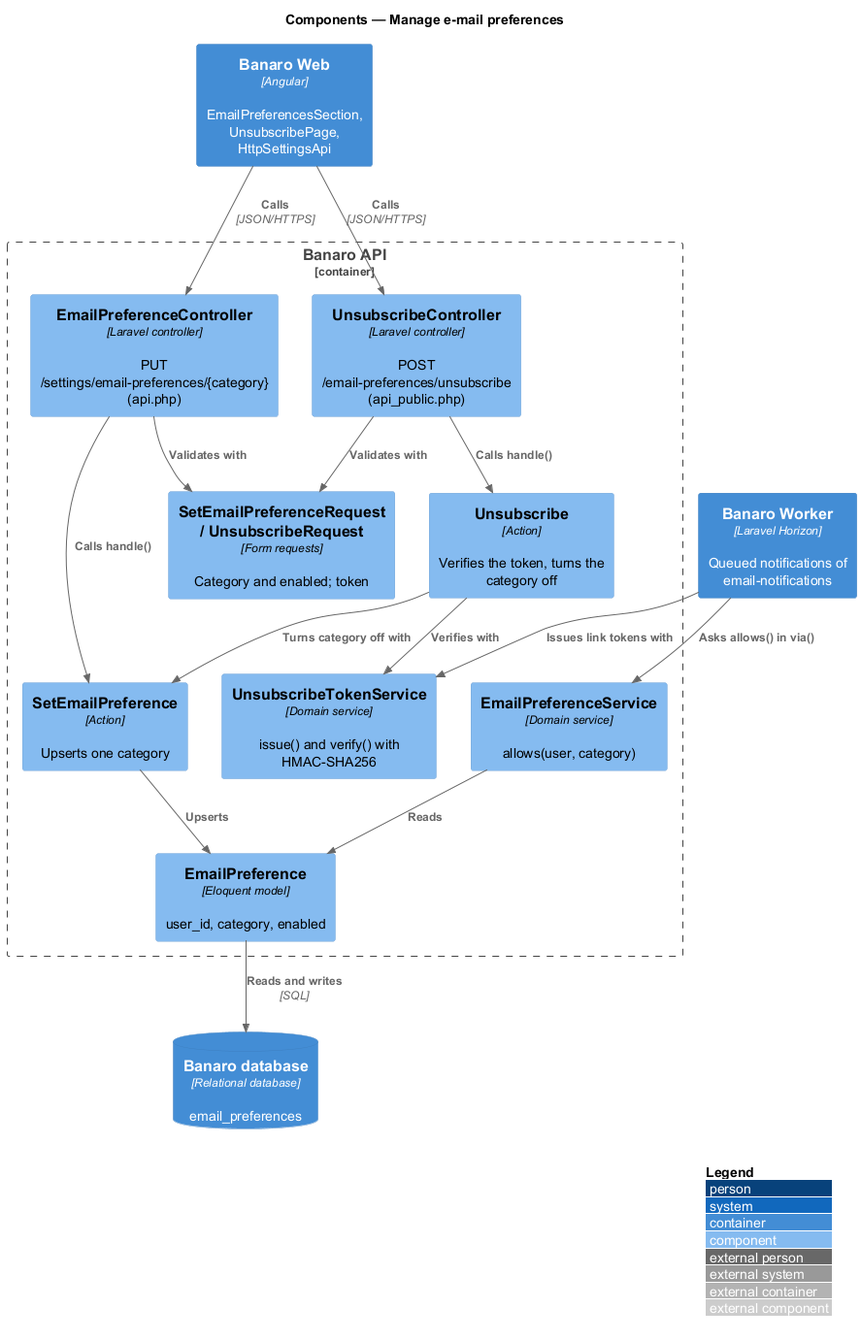
QuinntyneBrown/banaro keeps this PlantUML diagram as docs/detailed-designs/settings/manage-email-preferences/diagrams/c4-component.png. Above is the earlier version. The source it was exported from:
```plantuml
@startuml
!include <C4/C4_Component>
LAYOUT_WITH_LEGEND()
title Components — Manage e-mail preferences

Container(web, "Banaro Web", "Angular", "EmailPreferencesSection, UnsubscribePage, HttpSettingsApi")
Container(worker, "Banaro Worker", "Laravel Horizon", "Queued notifications of email-notifications")
ContainerDb(db, "Banaro database", "Relational database", "email_preferences")

Container_Boundary(api, "Banaro API") {
  Component(prefCtrl, "EmailPreferenceController", "Laravel controller", "PUT /settings/email-preferences/{category} (api.php)")
  Component(unsubCtrl, "UnsubscribeController", "Laravel controller", "POST /email-preferences/unsubscribe (api_public.php)")
  Component(req, "SetEmailPreferenceRequest / UnsubscribeRequest", "Form requests", "Category and enabled; token")
  Component(set, "SetEmailPreference", "Action", "Upserts one category")
  Component(unsub, "Unsubscribe", "Action", "Verifies the token, turns the category off")
  Component(tokens, "UnsubscribeTokenService", "Domain service", "issue() and verify() with HMAC-SHA256")
  Component(prefs, "EmailPreferenceService", "Domain service", "allows(user, category)")
  Component(model, "EmailPreference", "Eloquent model", "user_id, category, enabled")
}

Rel(web, prefCtrl, "Calls", "JSON/HTTPS")
Rel(web, unsubCtrl, "Calls", "JSON/HTTPS")
Rel(prefCtrl, req, "Validates with")
Rel(unsubCtrl, req, "Validates with")
Rel(prefCtrl, set, "Calls handle()")
Rel(unsubCtrl, unsub, "Calls handle()")
Rel(unsub, tokens, "Verifies with")
Rel(unsub, set, "Turns category off with")
Rel(set, model, "Upserts")
Rel(worker, prefs, "Asks allows() in via()")
Rel(worker, tokens, "Issues link tokens with")
Rel(prefs, model, "Reads")
Rel(model, db, "Reads and writes", "SQL")
@enduml
```
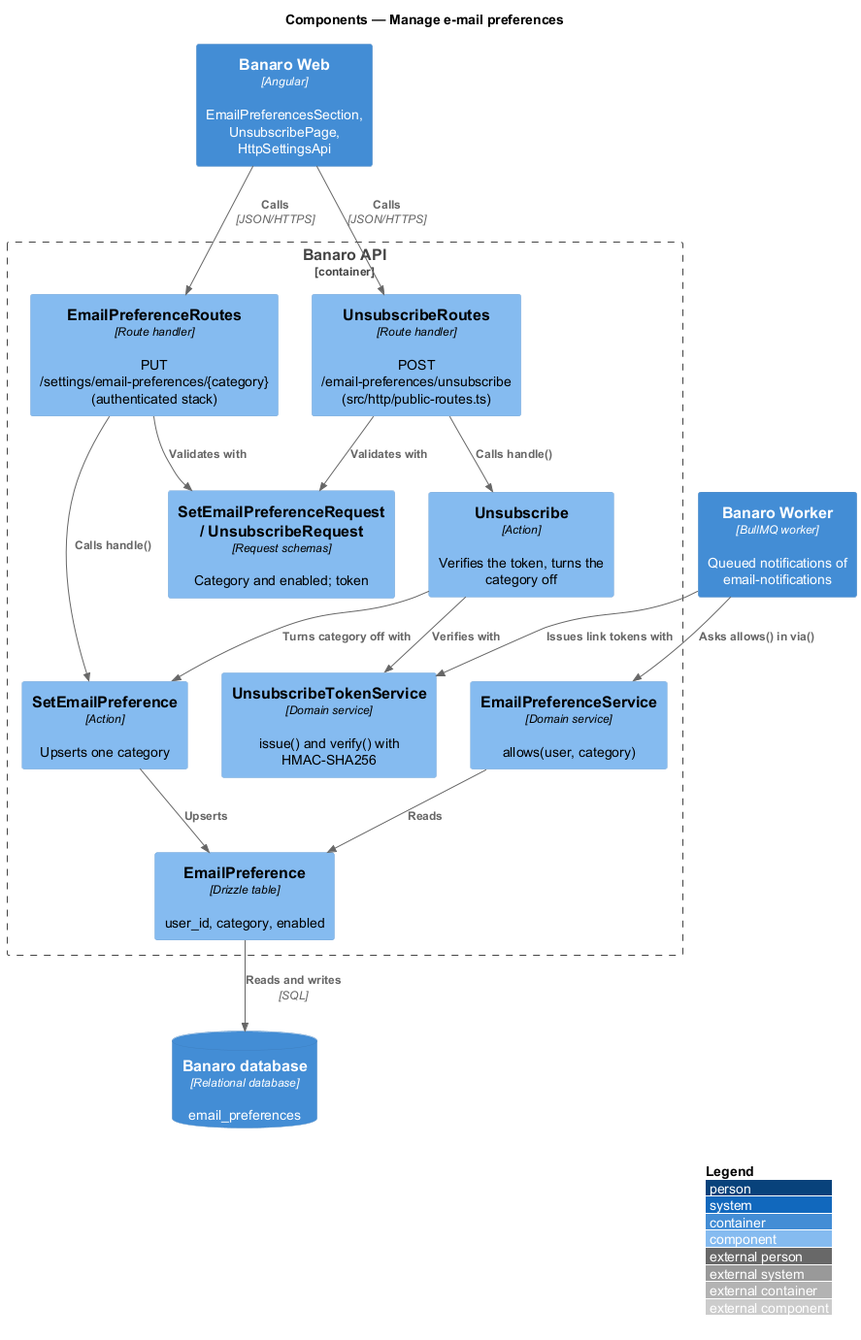
After the commit.

What changed in the source:
```diff
@@ -4,18 +4,18 @@
 title Components — Manage e-mail preferences
 
 Container(web, "Banaro Web", "Angular", "EmailPreferencesSection, UnsubscribePage, HttpSettingsApi")
-Container(worker, "Banaro Worker", "Laravel Horizon", "Queued notifications of email-notifications")
+Container(worker, "Banaro Worker", "BullMQ worker", "Queued notifications of email-notifications")
 ContainerDb(db, "Banaro database", "Relational database", "email_preferences")
 
 Container_Boundary(api, "Banaro API") {
-  Component(prefCtrl, "EmailPreferenceController", "Laravel controller", "PUT /settings/email-preferences/{category} (api.php)")
-  Component(unsubCtrl, "UnsubscribeController", "Laravel controller", "POST /email-preferences/unsubscribe (api_public.php)")
-  Component(req, "SetEmailPreferenceRequest / UnsubscribeRequest", "Form requests", "Category and enabled; token")
+  Component(prefCtrl, "EmailPreferenceRoutes", "Route handler", "PUT /settings/email-preferences/{category} (authenticated stack)")
+  Component(unsubCtrl, "UnsubscribeRoutes", "Route handler", "POST /email-preferences/unsubscribe (src/http/public-routes.ts)")
+  Component(req, "SetEmailPreferenceRequest / UnsubscribeRequest", "Request schemas", "Category and enabled; token")
   Component(set, "SetEmailPreference", "Action", "Upserts one category")
   Component(unsub, "Unsubscribe", "Action", "Verifies the token, turns the category off")
   Component(tokens, "UnsubscribeTokenService", "Domain service", "issue() and verify() with HMAC-SHA256")
   Component(prefs, "EmailPreferenceService", "Domain service", "allows(user, category)")
-  Component(model, "EmailPreference", "Eloquent model", "user_id, category, enabled")
+  Component(model, "EmailPreference", "Drizzle table", "user_id, category, enabled")
 }
 
 Rel(web, prefCtrl, "Calls", "JSON/HTTPS")
```
